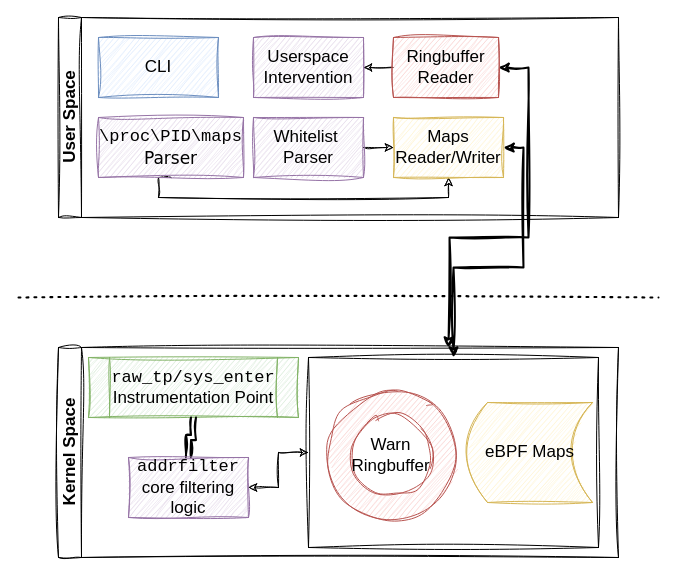
The draw.io diagram diagrams/high-level-overview.drawio in tcassar-diss/report, before the edit. Source tidied: cells renumbered, new cells numbered last; positions are measured from the earlier drawing's top-left corner, leaving out a move shared by most shapes. Both pictures are drawn from the tidied source at 100%, with x=0, y=0 at pixel (18, 17).
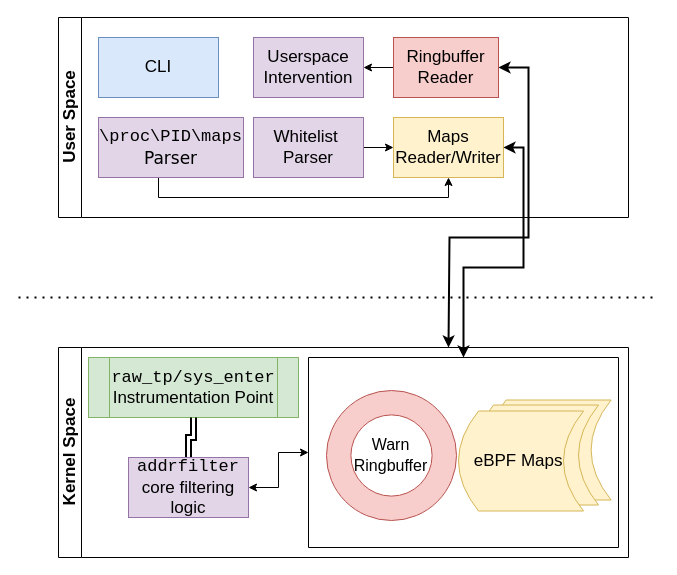
After the change.

Change to the diagram source:
```diff
@@
-    <mxCell id="2" value="Kernel Space" style="swimlane;horizontal=0;whiteSpace=wrap;html=1;labelBackgroundColor=none;sketch=1;curveFitting=1;jiggle=2;fontSize=17;" parent="1" vertex="1">
-      <mxGeometry x="40" y="330" width="560" height="210" as="geometry" />
+    <mxCell id="2" value="Kernel Space" style="swimlane;horizontal=0;whiteSpace=wrap;html=1;labelBackgroundColor=none;fontSize=17;" parent="1" vertex="1">
+      <mxGeometry x="40" y="330" width="570" height="210" as="geometry" />
     </mxCell>
-    <mxCell id="3" value="&lt;font face=&quot;Courier New&quot;&gt;raw_tp/sys_enter&lt;/font&gt;&lt;div&gt;Instrumentation Point&lt;/div&gt;" style="shape=process;whiteSpace=wrap;html=1;backgroundOutline=1;labelBackgroundColor=none;sketch=1;curveFitting=1;jiggle=2;fillColor=#d5e8d4;strokeColor=#82b366;fontSize=17;" parent="2" vertex="1">
+    <mxCell id="3" value="&lt;font face=&quot;Courier New&quot;&gt;raw_tp/sys_enter&lt;/font&gt;&lt;div&gt;Instrumentation Point&lt;/div&gt;" style="shape=process;whiteSpace=wrap;html=1;backgroundOutline=1;labelBackgroundColor=none;fillColor=#d5e8d4;strokeColor=#82b366;fontSize=17;" parent="2" vertex="1">
       <mxGeometry x="30" y="10" width="210" height="60" as="geometry" />
     </mxCell>
-    <mxCell id="4" style="edgeStyle=orthogonalEdgeStyle;rounded=0;jettySize=auto;html=1;exitX=0.5;exitY=0;exitDx=0;exitDy=0;entryX=0.5;entryY=1;entryDx=0;entryDy=0;shape=link;strokeWidth=2;labelBackgroundColor=none;fontColor=default;sketch=1;curveFitting=1;jiggle=2;fontSize=17;" parent="2" edge="1" source="6" target="3">
+    <mxCell id="4" style="edgeStyle=orthogonalEdgeStyle;rounded=0;jettySize=auto;html=1;exitX=0.5;exitY=0;exitDx=0;exitDy=0;entryX=0.5;entryY=1;entryDx=0;entryDy=0;shape=link;strokeWidth=2;labelBackgroundColor=none;fontColor=default;fontSize=17;" parent="2" edge="1" source="6" target="3">
       <mxGeometry relative="1" as="geometry" />
     </mxCell>
-    <mxCell id="5" style="edgeStyle=orthogonalEdgeStyle;rounded=0;hachureGap=4;jettySize=auto;html=1;exitX=1;exitY=0.5;exitDx=0;exitDy=0;entryX=0;entryY=0.5;entryDx=0;entryDy=0;fontFamily=Architects Daughter;startArrow=classic;startFill=1;strokeWidth=1;sketch=1;curveFitting=1;jiggle=2;fontSize=17;" parent="2" edge="1" source="6" target="7">
+    <mxCell id="5" style="edgeStyle=orthogonalEdgeStyle;rounded=0;hachureGap=4;jettySize=auto;html=1;exitX=1;exitY=0.5;exitDx=0;exitDy=0;entryX=0;entryY=0.5;entryDx=0;entryDy=0;fontFamily=Architects Daughter;startArrow=classic;startFill=1;strokeWidth=1;fontSize=17;" parent="2" edge="1" source="6" target="7">
       <mxGeometry relative="1" as="geometry" />
     </mxCell>
-    <mxCell id="6" value="&lt;font face=&quot;Courier New&quot;&gt;addrfilter&lt;/font&gt;&lt;div&gt;core filtering logic&lt;/div&gt;" style="rounded=0;whiteSpace=wrap;html=1;labelBackgroundColor=none;sketch=1;curveFitting=1;jiggle=2;fillColor=#e1d5e7;strokeColor=#9673a6;fontSize=17;" parent="2" vertex="1">
+    <mxCell id="6" value="&lt;font face=&quot;Courier New&quot;&gt;addrfilter&lt;/font&gt;&lt;div&gt;core filtering logic&lt;/div&gt;" style="rounded=0;whiteSpace=wrap;html=1;labelBackgroundColor=none;fillColor=#e1d5e7;strokeColor=#9673a6;fontSize=17;" parent="2" vertex="1">
       <mxGeometry x="70" y="110" width="120" height="60" as="geometry" />
     </mxCell>
-    <mxCell id="7" style="swimlane;startSize=0;labelBackgroundColor=none;sketch=1;curveFitting=1;jiggle=2;fontSize=17;" parent="2" vertex="1">
-      <mxGeometry x="250" y="10" width="290" height="190" as="geometry" />
+    <mxCell id="7" style="swimlane;startSize=0;labelBackgroundColor=none;fontSize=17;" parent="2" vertex="1">
+      <mxGeometry x="250" y="10" width="310" height="190" as="geometry" />
     </mxCell>
+    <mxCell id="25" style="shape=dataStorage;whiteSpace=wrap;html=1;fixedSize=1;labelBackgroundColor=none;fillColor=#fff2cc;strokeColor=#d6b656;fontSize=17;" parent="7" vertex="1">
+      <mxGeometry x="177.6" y="42.5" width="125" height="100" as="geometry" />
+    </mxCell>
+    <mxCell id="26" style="shape=dataStorage;whiteSpace=wrap;html=1;fixedSize=1;labelBackgroundColor=none;fillColor=#fff2cc;strokeColor=#d6b656;fontSize=17;" parent="7" vertex="1">
+      <mxGeometry x="165" y="47.5" width="125" height="100" as="geometry" />
+    </mxCell>
-    <mxCell id="8" value="eBPF Maps" style="shape=dataStorage;whiteSpace=wrap;html=1;fixedSize=1;labelBackgroundColor=none;sketch=1;curveFitting=1;jiggle=2;fillColor=#fff2cc;strokeColor=#d6b656;fontSize=17;" parent="7" vertex="1">
-      <mxGeometry x="159" y="45" width="125" height="100" as="geometry" />
+    <mxCell id="8" value="eBPF Maps&amp;nbsp;" style="shape=dataStorage;whiteSpace=wrap;html=1;fixedSize=1;labelBackgroundColor=none;fillColor=#fff2cc;strokeColor=#d6b656;fontSize=17;" parent="7" vertex="1">
+      <mxGeometry x="150" y="53.5" width="125" height="100" as="geometry" />
     </mxCell>
-    <mxCell id="9" style="group;sketch=1;curveFitting=1;jiggle=2;fontSize=17;" parent="7" vertex="1">
+    <mxCell id="9" style="group;fontSize=17;" parent="7" vertex="1">
       <mxGeometry x="18" y="33" width="153.6" height="130" as="geometry" />
     </mxCell>
-    <mxCell id="10" style="ellipse;whiteSpace=wrap;html=1;hachureGap=4;fontFamily=Architects Daughter;sketch=1;curveFitting=1;jiggle=2;fillColor=#f8cecc;strokeColor=#b85450;fontSize=17;" parent="9" vertex="1">
+    <mxCell id="10" style="ellipse;whiteSpace=wrap;html=1;hachureGap=4;fontFamily=Architects Daughter;fillColor=#f8cecc;strokeColor=#b85450;fontSize=17;" parent="9" vertex="1">
       <mxGeometry width="130" height="130" as="geometry" />
     </mxCell>
-    <mxCell id="11" value="&lt;font face=&quot;Helvetica&quot;&gt;Warn Ringbuffer&lt;/font&gt;" style="ellipse;whiteSpace=wrap;html=1;hachureGap=4;fontFamily=Architects Daughter;sketch=1;curveFitting=1;jiggle=2;strokeColor=light-dark(#b95450, #ededed);fontSize=17;" parent="9" vertex="1">
+    <mxCell id="11" value="&lt;font face=&quot;Helvetica&quot;&gt;Warn Ringbuffer&lt;/font&gt;" style="ellipse;whiteSpace=wrap;html=1;hachureGap=4;fontFamily=Architects Daughter;strokeColor=light-dark(#b95450, #ededed);fontSize=16;" parent="9" vertex="1">
       <mxGeometry x="24.4" y="24.4" width="81.2" height="81.2" as="geometry" />
     </mxCell>
-    <mxCell id="12" value="User Space" style="swimlane;horizontal=0;whiteSpace=wrap;html=1;labelBackgroundColor=none;sketch=1;curveFitting=1;jiggle=2;fontSize=17;" parent="1" vertex="1">
-      <mxGeometry x="40" width="560" height="200" as="geometry" />
+    <mxCell id="12" value="User Space" style="swimlane;horizontal=0;whiteSpace=wrap;html=1;labelBackgroundColor=none;fontSize=17;" parent="1" vertex="1">
+      <mxGeometry x="40" width="570" height="200" as="geometry" />
     </mxCell>
-    <mxCell id="13" value="CLI" style="rounded=0;whiteSpace=wrap;html=1;labelBackgroundColor=none;sketch=1;curveFitting=1;jiggle=2;fillColor=#dae8fc;strokeColor=#6c8ebf;fontSize=17;" parent="12" vertex="1">
+    <mxCell id="13" value="CLI" style="rounded=0;whiteSpace=wrap;html=1;labelBackgroundColor=none;fillColor=#dae8fc;strokeColor=#6c8ebf;fontSize=17;" parent="12" vertex="1">
       <mxGeometry x="40" y="20" width="120" height="60" as="geometry" />
     </mxCell>
-    <mxCell id="14" style="edgeStyle=orthogonalEdgeStyle;rounded=0;hachureGap=4;jettySize=auto;html=1;exitX=0.5;exitY=1;exitDx=0;exitDy=0;fontFamily=Architects Daughter;entryX=0.5;entryY=1;entryDx=0;entryDy=0;sketch=1;curveFitting=1;jiggle=2;fontSize=17;" parent="12" edge="1" source="15" target="19">
+    <mxCell id="14" style="edgeStyle=orthogonalEdgeStyle;rounded=0;hachureGap=4;jettySize=auto;html=1;exitX=0.5;exitY=1;exitDx=0;exitDy=0;fontFamily=Architects Daughter;entryX=0.5;entryY=1;entryDx=0;entryDy=0;fontSize=17;" parent="12" edge="1" source="15" target="19">
       <mxGeometry relative="1" as="geometry">
         <Array as="points">
           <mxPoint x="100" y="180" />
           <mxPoint x="390" y="180" />
         </Array>
       </mxGeometry>
     </mxCell>
-    <mxCell id="15" value="&lt;font face=&quot;Courier New&quot;&gt;\proc\PID\maps&lt;/font&gt;&lt;div&gt;&lt;font face=&quot;Verdana&quot;&gt;Parser&lt;/font&gt;&lt;/div&gt;" style="rounded=0;whiteSpace=wrap;html=1;labelBackgroundColor=none;sketch=1;curveFitting=1;jiggle=2;fillColor=#e1d5e7;strokeColor=#9673a6;fontSize=17;" parent="12" vertex="1">
+    <mxCell id="15" value="&lt;font face=&quot;Courier New&quot;&gt;\proc\PID\maps&lt;/font&gt;&lt;div&gt;&lt;font face=&quot;Verdana&quot;&gt;Parser&lt;/font&gt;&lt;/div&gt;" style="rounded=0;whiteSpace=wrap;html=1;labelBackgroundColor=none;fillColor=#e1d5e7;strokeColor=#9673a6;fontSize=17;" parent="12" vertex="1">
       <mxGeometry x="40" y="100" width="145" height="60" as="geometry" />
     </mxCell>
-    <mxCell id="16" style="edgeStyle=orthogonalEdgeStyle;rounded=0;sketch=1;hachureGap=4;jiggle=2;curveFitting=1;jettySize=auto;html=1;exitX=1;exitY=0.5;exitDx=0;exitDy=0;fontFamily=Architects Daughter;strokeWidth=2;startArrow=classic;startFill=1;fontSize=17;" parent="12" edge="1" source="18">
+    <mxCell id="16" style="edgeStyle=orthogonalEdgeStyle;rounded=0;hachureGap=4;jettySize=auto;html=1;exitX=1;exitY=0.5;exitDx=0;exitDy=0;fontFamily=Architects Daughter;strokeWidth=2;startArrow=classic;startFill=1;fontSize=17;" parent="12" edge="1" source="18">
       <mxGeometry relative="1" as="geometry">
         <mxPoint x="390" y="330" as="targetPoint" />
         <Array as="points">
           <mxPoint x="470" y="50" />
           <mxPoint x="470" y="220" />
           <mxPoint x="391" y="220" />
         </Array>
       </mxGeometry>
     </mxCell>
-    <mxCell id="17" style="edgeStyle=orthogonalEdgeStyle;rounded=0;sketch=1;hachureGap=4;jiggle=2;curveFitting=1;jettySize=auto;html=1;exitX=0;exitY=0.5;exitDx=0;exitDy=0;entryX=1;entryY=0.5;entryDx=0;entryDy=0;fontFamily=Architects Daughter;fontSize=17;" parent="12" edge="1" source="18" target="20">
+    <mxCell id="17" style="edgeStyle=orthogonalEdgeStyle;rounded=0;hachureGap=4;jettySize=auto;html=1;exitX=0;exitY=0.5;exitDx=0;exitDy=0;entryX=1;entryY=0.5;entryDx=0;entryDy=0;fontFamily=Architects Daughter;fontSize=17;" parent="12" edge="1" source="18" target="20">
       <mxGeometry relative="1" as="geometry" />
     </mxCell>
-    <mxCell id="18" value="Ringbuffer&lt;div&gt;Reader&lt;/div&gt;" style="rounded=0;whiteSpace=wrap;html=1;labelBackgroundColor=none;sketch=1;curveFitting=1;jiggle=2;fillColor=#f8cecc;strokeColor=#b85450;fontSize=17;" parent="12" vertex="1">
+    <mxCell id="18" value="Ringbuffer&lt;div&gt;Reader&lt;/div&gt;" style="rounded=0;whiteSpace=wrap;html=1;labelBackgroundColor=none;fillColor=#f8cecc;strokeColor=#b85450;fontSize=17;" parent="12" vertex="1">
       <mxGeometry x="335" y="20" width="105" height="60" as="geometry" />
     </mxCell>
-    <mxCell id="19" value="Maps&lt;div&gt;Reader/Writer&lt;/div&gt;" style="rounded=0;whiteSpace=wrap;html=1;labelBackgroundColor=none;sketch=1;curveFitting=1;jiggle=2;fillColor=#fff2cc;strokeColor=#d6b656;fontSize=17;" parent="12" vertex="1">
+    <mxCell id="19" value="Maps&lt;div&gt;Reader/Writer&lt;/div&gt;" style="rounded=0;whiteSpace=wrap;html=1;labelBackgroundColor=none;fillColor=#fff2cc;strokeColor=#d6b656;fontSize=17;" parent="12" vertex="1">
       <mxGeometry x="335" y="100" width="110" height="60" as="geometry" />
     </mxCell>
-    <mxCell id="20" value="Userspace Intervention" style="rounded=0;whiteSpace=wrap;html=1;labelBackgroundColor=none;sketch=1;curveFitting=1;jiggle=2;fillColor=#e1d5e7;strokeColor=#9673a6;fontSize=17;" parent="12" vertex="1">
+    <mxCell id="20" value="Userspace Intervention" style="rounded=0;whiteSpace=wrap;html=1;labelBackgroundColor=none;fillColor=#e1d5e7;strokeColor=#9673a6;fontSize=17;" parent="12" vertex="1">
       <mxGeometry x="195" y="20" width="110" height="60" as="geometry" />
     </mxCell>
-    <mxCell id="21" style="edgeStyle=orthogonalEdgeStyle;rounded=0;hachureGap=4;jettySize=auto;html=1;exitX=1;exitY=0.5;exitDx=0;exitDy=0;entryX=0;entryY=0.5;entryDx=0;entryDy=0;fontFamily=Architects Daughter;sketch=1;curveFitting=1;jiggle=2;fontSize=17;" parent="12" edge="1" source="22" target="19">
+    <mxCell id="21" style="edgeStyle=orthogonalEdgeStyle;rounded=0;hachureGap=4;jettySize=auto;html=1;exitX=1;exitY=0.5;exitDx=0;exitDy=0;entryX=0;entryY=0.5;entryDx=0;entryDy=0;fontFamily=Architects Daughter;fontSize=17;" parent="12" edge="1" source="22" target="19">
       <mxGeometry relative="1" as="geometry" />
     </mxCell>
-    <mxCell id="22" value="Whitelist&amp;nbsp;&lt;div&gt;Parser&lt;/div&gt;" style="rounded=0;whiteSpace=wrap;html=1;labelBackgroundColor=none;sketch=1;curveFitting=1;jiggle=2;fillColor=#e1d5e7;strokeColor=#9673a6;fontSize=17;" parent="12" vertex="1">
+    <mxCell id="22" value="Whitelist&amp;nbsp;&lt;div&gt;Parser&lt;/div&gt;" style="rounded=0;whiteSpace=wrap;html=1;labelBackgroundColor=none;fillColor=#e1d5e7;strokeColor=#9673a6;fontSize=17;" parent="12" vertex="1">
       <mxGeometry x="195" y="100" width="110" height="60" as="geometry" />
     </mxCell>
-    <mxCell id="23" style="endArrow=none;dashed=1;html=1;dashPattern=1 3;strokeWidth=2;rounded=0;labelBackgroundColor=none;fontColor=default;sketch=1;curveFitting=1;jiggle=2;fontSize=17;" parent="1" edge="1">
+    <mxCell id="23" style="endArrow=none;dashed=1;html=1;dashPattern=1 3;strokeWidth=2;rounded=0;labelBackgroundColor=none;fontColor=default;fontSize=17;" parent="1" edge="1">
       <mxGeometry relative="1" as="geometry">
         <mxPoint y="280" as="sourcePoint" />
         <mxPoint x="640" y="280" as="targetPoint" />
       </mxGeometry>
     </mxCell>
-    <mxCell id="24" style="edgeStyle=orthogonalEdgeStyle;rounded=0;sketch=1;hachureGap=4;jiggle=2;curveFitting=1;jettySize=auto;html=1;exitX=1;exitY=0.5;exitDx=0;exitDy=0;entryX=0.5;entryY=0;entryDx=0;entryDy=0;fontFamily=Architects Daughter;strokeWidth=2;startArrow=classic;startFill=1;fontSize=17;" parent="1" edge="1" source="19" target="7">
+    <mxCell id="24" style="edgeStyle=orthogonalEdgeStyle;rounded=0;hachureGap=4;jettySize=auto;html=1;exitX=1;exitY=0.5;exitDx=0;exitDy=0;entryX=0.5;entryY=0;entryDx=0;entryDy=0;fontFamily=Architects Daughter;strokeWidth=2;startArrow=classic;startFill=1;fontSize=17;" parent="1" edge="1" source="19" target="7">
       <mxGeometry relative="1" as="geometry" />
     </mxCell>
```
